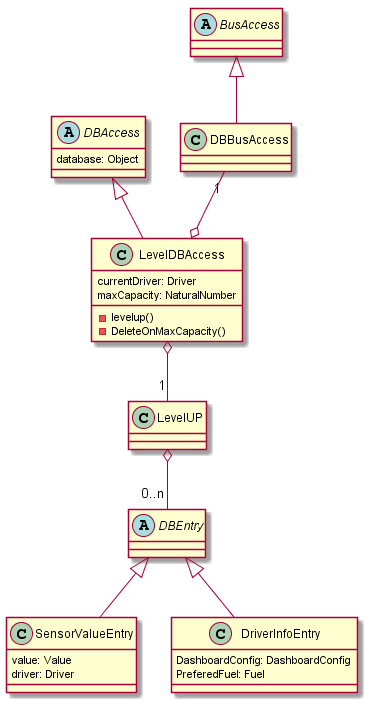
Above: Entwurf/diagrams/DBAccess.png in uzdry/PSE (PlantUML), before the change.
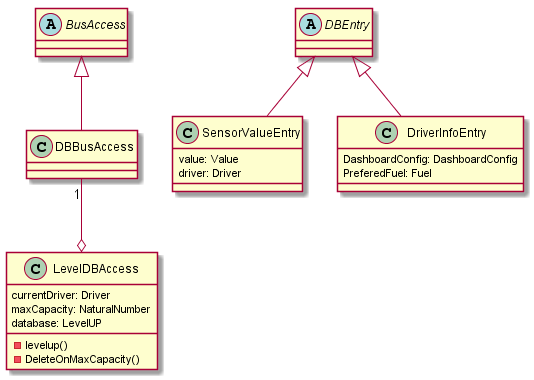
After the commit.

Commit message:
updated DBAccess Design

The edit, as a diff of the source:
```diff
@@ -1,19 +1,11 @@
 @startuml
 
-abstract class DBAccess {
-database: Object
-}
-
-class LevelDBAccess extends DBAccess {
+class LevelDBAccess {
 currentDriver: Driver
 maxCapacity: NaturalNumber
+database: LevelUP
 -levelup()
 -DeleteOnMaxCapacity()
-}
-
-LevelDBAccess o--"1" LevelUP
-
-class LevelUP {
 }
 
 abstract class DBEntry {
@@ -35,7 +27,6 @@
 class DBBusAccess extends BusAccess {
 }
 
-LevelUP o--"0..n" DBEntry
 DBBusAccess "1"--o LevelDBAccess
 
 @enduml
```
